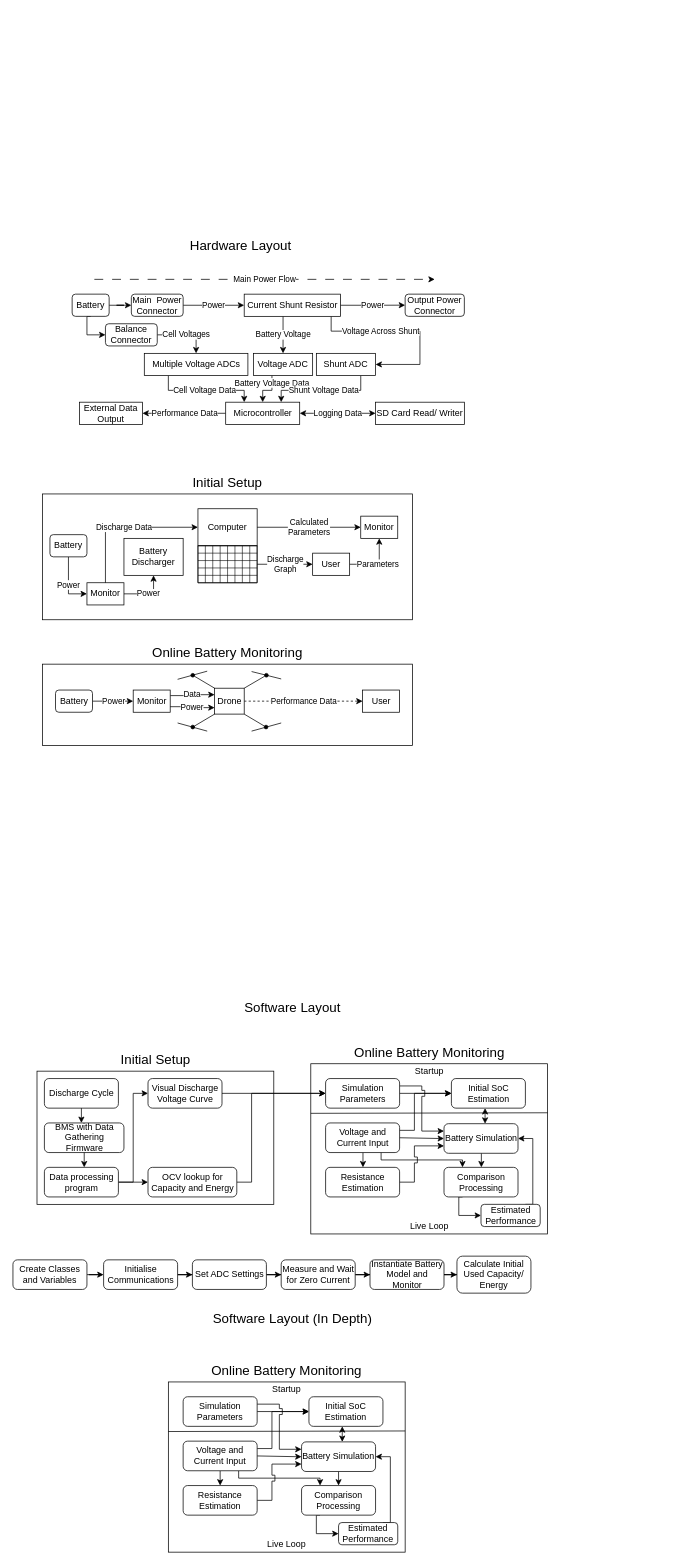
Earlier version of the draw.io diagram dissertation/Block Diagram.drawio (karl03/predictive-bms). Source tidied: cells renumbered, new cells numbered last; positions are measured from the earlier drawing's top-left corner, leaving out a move shared by most shapes. Both pictures are drawn from the tidied source at 74%, with x=0, y=0 at pixel (13, 235).
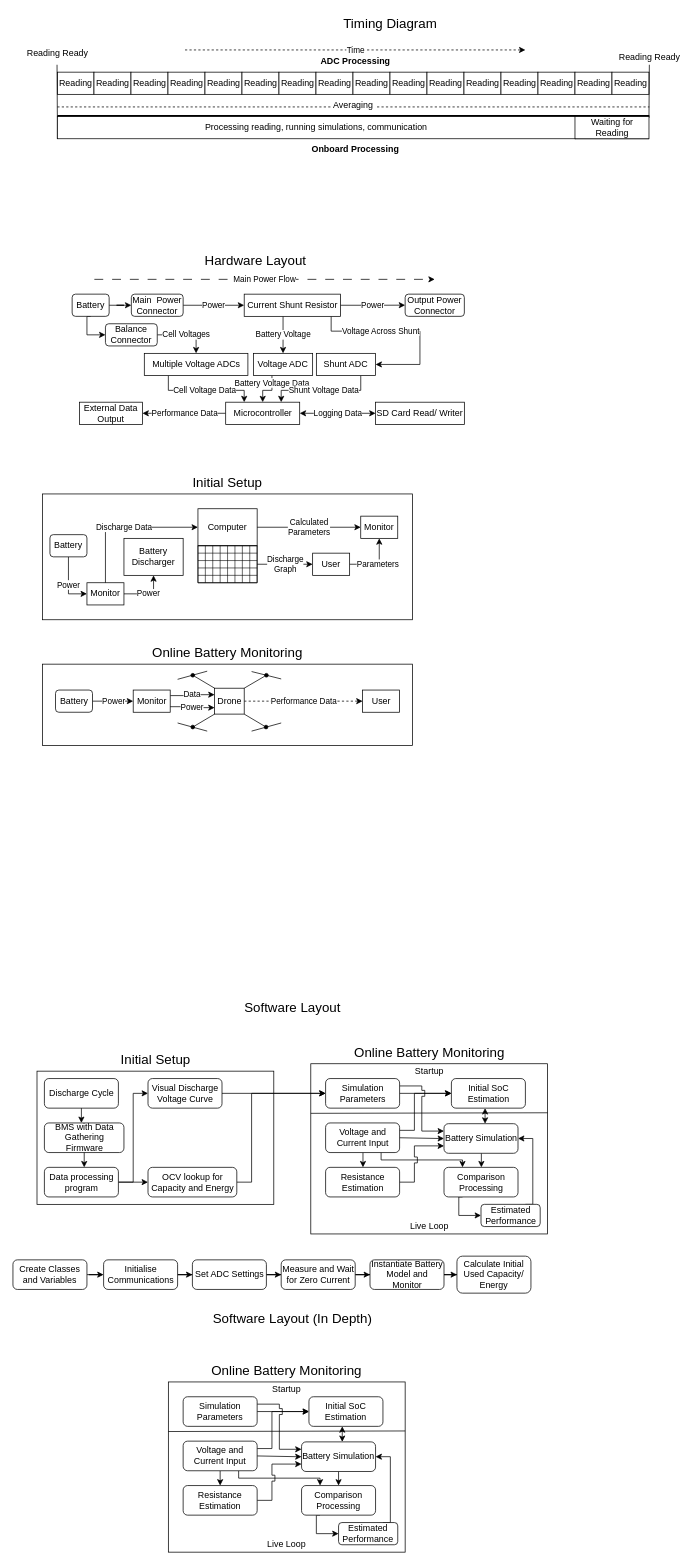
Above is the later version.

The edit, as a diff of the source:
```diff
@@
-    <mxCell id="88" value="&lt;font style=&quot;font-size: 18px;&quot;&gt;Hardware Layout&lt;br&gt;&lt;/font&gt;" style="text;html=1;strokeColor=none;fillColor=none;align=center;verticalAlign=middle;whiteSpace=wrap;rounded=0;" parent="1" vertex="1">
-      <mxGeometry x="57.5" width="500" height="30" as="geometry" />
-    </mxCell>
@@
+    <mxCell id="145" value="&lt;div&gt;&lt;font style=&quot;font-size: 18px;&quot;&gt;Timing Diagram&lt;/font&gt;&lt;/div&gt;" style="text;html=1;strokeColor=none;fillColor=none;align=center;verticalAlign=middle;whiteSpace=wrap;rounded=0;" parent="1" vertex="1">
+      <mxGeometry x="259.5" y="-300" width="500" height="30" as="geometry" />
+    </mxCell>
+    <mxCell id="88" value="&lt;font style=&quot;font-size: 18px;&quot;&gt;Hardware Layout&lt;br&gt;&lt;/font&gt;" style="text;html=1;strokeColor=none;fillColor=none;align=center;verticalAlign=middle;whiteSpace=wrap;rounded=0;" parent="1" vertex="1">
+      <mxGeometry x="77.5" y="20" width="500" height="30" as="geometry" />
+    </mxCell>
+    <mxCell id="146" value="&lt;b&gt;ADC Processing&lt;/b&gt;" style="text;html=1;strokeColor=none;fillColor=none;align=center;verticalAlign=middle;whiteSpace=wrap;rounded=0;" parent="1" vertex="1">
+      <mxGeometry x="212.5" y="-250" width="500" height="30" as="geometry" />
+    </mxCell>
+    <mxCell id="147" value="&lt;b&gt;Onboard Processing&lt;/b&gt;" style="text;html=1;strokeColor=none;fillColor=none;align=center;verticalAlign=middle;whiteSpace=wrap;rounded=0;" parent="1" vertex="1">
+      <mxGeometry x="212.5" y="-130" width="500" height="30" as="geometry" />
+    </mxCell>
+    <mxCell id="148" style="endArrow=none;html=1;rounded=0;fontStyle=0;strokeWidth=4;" parent="1" edge="1">
+      <mxGeometry relative="1" as="geometry">
+        <mxPoint x="860" y="-160" as="sourcePoint" />
+        <mxPoint x="60" y="-160" as="targetPoint" />
+      </mxGeometry>
+    </mxCell>
+    <mxCell id="149" value="Reading" style="rounded=0;whiteSpace=wrap;html=1;" parent="1" vertex="1">
+      <mxGeometry x="60" y="-220" width="49.5" height="30" as="geometry" />
+    </mxCell>
+    <mxCell id="150" value="Reading" style="rounded=0;whiteSpace=wrap;html=1;" parent="1" vertex="1">
+      <mxGeometry x="109.5" y="-220" width="50" height="30" as="geometry" />
+    </mxCell>
+    <mxCell id="151" value="Reading" style="rounded=0;whiteSpace=wrap;html=1;" parent="1" vertex="1">
+      <mxGeometry x="159.5" y="-220" width="50" height="30" as="geometry" />
+    </mxCell>
+    <mxCell id="152" value="Reading" style="rounded=0;whiteSpace=wrap;html=1;" parent="1" vertex="1">
+      <mxGeometry x="209.5" y="-220" width="50" height="30" as="geometry" />
+    </mxCell>
+    <mxCell id="153" value="Reading" style="rounded=0;whiteSpace=wrap;html=1;" parent="1" vertex="1">
+      <mxGeometry x="259.5" y="-220" width="50" height="30" as="geometry" />
+    </mxCell>
+    <mxCell id="154" value="Reading" style="rounded=0;whiteSpace=wrap;html=1;" parent="1" vertex="1">
+      <mxGeometry x="309.5" y="-220" width="50" height="30" as="geometry" />
+    </mxCell>
+    <mxCell id="155" value="Reading" style="rounded=0;whiteSpace=wrap;html=1;" parent="1" vertex="1">
+      <mxGeometry x="359.5" y="-220" width="50" height="30" as="geometry" />
+    </mxCell>
+    <mxCell id="156" value="Reading" style="rounded=0;whiteSpace=wrap;html=1;" parent="1" vertex="1">
+      <mxGeometry x="409.5" y="-220" width="50" height="30" as="geometry" />
+    </mxCell>
+    <mxCell id="157" value="Reading" style="rounded=0;whiteSpace=wrap;html=1;" parent="1" vertex="1">
+      <mxGeometry x="459.5" y="-220" width="50" height="30" as="geometry" />
+    </mxCell>
+    <mxCell id="158" value="Reading" style="rounded=0;whiteSpace=wrap;html=1;" parent="1" vertex="1">
+      <mxGeometry x="509.5" y="-220" width="50" height="30" as="geometry" />
+    </mxCell>
+    <mxCell id="159" value="Reading" style="rounded=0;whiteSpace=wrap;html=1;" parent="1" vertex="1">
+      <mxGeometry x="559.5" y="-220" width="50" height="30" as="geometry" />
+    </mxCell>
+    <mxCell id="160" value="Reading" style="rounded=0;whiteSpace=wrap;html=1;" parent="1" vertex="1">
+      <mxGeometry x="609.5" y="-220" width="50" height="30" as="geometry" />
+    </mxCell>
+    <mxCell id="161" value="Reading" style="rounded=0;whiteSpace=wrap;html=1;" parent="1" vertex="1">
+      <mxGeometry x="659.5" y="-220" width="50" height="30" as="geometry" />
+    </mxCell>
+    <mxCell id="162" value="Reading" style="rounded=0;whiteSpace=wrap;html=1;" parent="1" vertex="1">
+      <mxGeometry x="709.5" y="-220" width="50" height="30" as="geometry" />
+    </mxCell>
+    <mxCell id="163" value="Reading" style="rounded=0;whiteSpace=wrap;html=1;" parent="1" vertex="1">
+      <mxGeometry x="759.5" y="-220" width="50" height="30" as="geometry" />
+    </mxCell>
+    <mxCell id="164" value="Reading" style="rounded=0;whiteSpace=wrap;html=1;" parent="1" vertex="1">
+      <mxGeometry x="809.5" y="-220" width="50" height="30" as="geometry" />
+    </mxCell>
+    <mxCell id="165" style="endArrow=none;html=1;rounded=0;" parent="1" edge="1" target="173">
+      <mxGeometry relative="1" as="geometry">
+        <mxPoint x="60" y="-160" as="sourcePoint" />
+      </mxGeometry>
+    </mxCell>
+    <mxCell id="166" style="endArrow=none;html=1;rounded=0;" parent="1" edge="1">
+      <mxGeometry relative="1" as="geometry">
+        <mxPoint x="859.5" y="-160" as="sourcePoint" />
+        <mxPoint x="860" y="-230" as="targetPoint" />
+      </mxGeometry>
+    </mxCell>
+    <mxCell id="167" style="endArrow=none;dashed=1;html=1;rounded=0;" parent="1" edge="1">
+      <mxGeometry relative="1" as="geometry">
+        <mxPoint x="60" y="-173" as="sourcePoint" />
+        <mxPoint x="860" y="-173" as="targetPoint" />
+      </mxGeometry>
+    </mxCell>
+    <mxCell id="168" value="Averaging" style="text;strokeColor=none;align=center;fillColor=#FFFFFF;html=1;verticalAlign=middle;whiteSpace=wrap;rounded=0;" parent="1" vertex="1">
+      <mxGeometry x="430" y="-180" width="60" height="10" as="geometry" />
+    </mxCell>
+    <mxCell id="169" value="Reading Ready" style="text;html=1;align=center;verticalAlign=middle;strokeColor=none;fillColor=none;" parent="1" vertex="1">
+      <mxGeometry x="809.5" y="-255" width="100" height="30" as="geometry" />
+    </mxCell>
+    <mxCell id="170" style="endArrow=none;html=1;rounded=0;entryX=0;entryY=1;entryDx=0;entryDy=0;" parent="1" edge="1">
+      <mxGeometry relative="1" as="geometry">
+        <mxPoint x="60" y="-130" as="sourcePoint" />
+        <mxPoint x="60" y="-160" as="targetPoint" />
+      </mxGeometry>
+    </mxCell>
+    <mxCell id="171" style="endArrow=none;html=1;rounded=0;entryX=0;entryY=1;entryDx=0;entryDy=0;" parent="1" edge="1" source="175">
+      <mxGeometry relative="1" as="geometry">
+        <mxPoint x="859.5" y="-160" as="targetPoint" />
+      </mxGeometry>
+    </mxCell>
+    <mxCell id="172" value="Processing reading, running simulations, communication" style="rounded=0;whiteSpace=wrap;html=1;" parent="1" vertex="1">
+      <mxGeometry x="60" y="-160" width="700" height="30" as="geometry" />
+    </mxCell>
+    <mxCell id="173" value="Reading Ready" style="text;html=1;align=center;verticalAlign=middle;points=[];strokeColor=none;fillColor=none;" parent="1" vertex="1">
+      <mxGeometry x="9.5" y="-260" width="100" height="30" as="geometry" />
+    </mxCell>
+    <mxCell id="174" style="endArrow=none;html=1;rounded=0;entryX=0;entryY=1;entryDx=0;entryDy=0;" parent="1" edge="1" target="175">
+      <mxGeometry relative="1" as="geometry">
+        <mxPoint x="859.5" y="-130" as="sourcePoint" />
+      </mxGeometry>
+    </mxCell>
+    <mxCell id="175" value="Waiting for Reading" style="rounded=0;whiteSpace=wrap;html=1;" parent="1" vertex="1">
+      <mxGeometry x="759.5" y="-160" width="100" height="30" as="geometry" />
+    </mxCell>
+    <mxCell id="176" value="Time" style="edgeStyle=orthogonalEdgeStyle;rounded=0;orthogonalLoop=1;jettySize=auto;html=1;dashed=1;" parent="1" edge="1">
+      <mxGeometry relative="1" as="geometry">
+        <mxPoint x="232.5" y="-250" as="sourcePoint" />
+        <mxPoint x="692.5" y="-250" as="targetPoint" />
+      </mxGeometry>
+    </mxCell>
```
